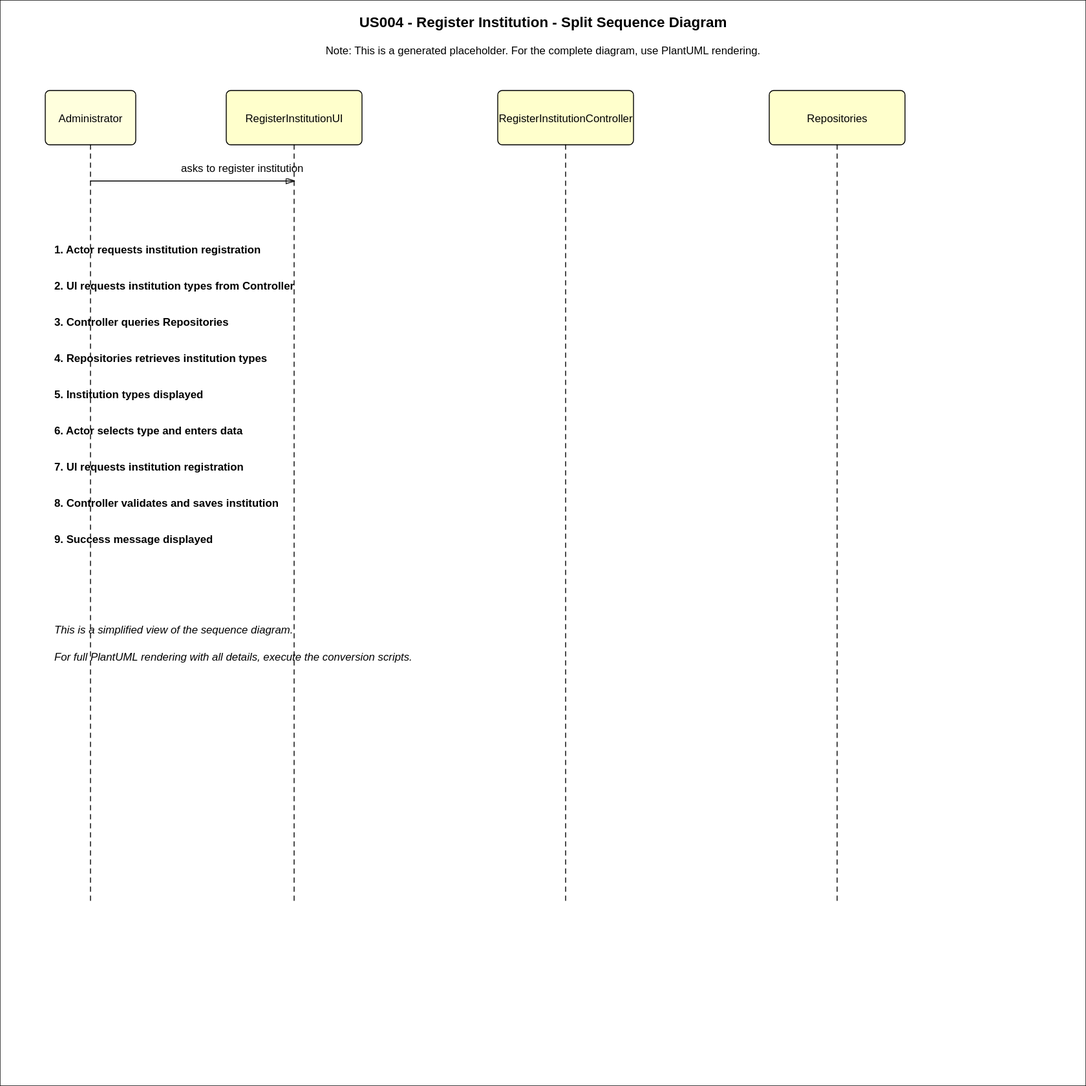
This is docs/system-documentation/US04/03.design/svg/US004-SD-split.svg from Departamento-de-Engenharia-Informatica/sem2-pi-25-26-g096-repo, a PlantUML export, as it was before one commit. Its source is kept beside it as docs/system-documentation/US04/03.design/puml/US004-SD-split.puml. Source of this version:
```plantuml
@startuml
skinparam packageStyle rectangle
skinparam shadowing false

autonumber

actor "Administrator" as ADMIN
participant ":RegisterInstitutionUI" as UI
participant ":RegisterInstitutionController" as CTRL

activate ADMIN

ADMIN -> UI : asks to register institution
activate UI

    UI -> CTRL** : create()

    UI -> CTRL : getInstitutionTypes()
    activate CTRL
        CTRL --> UI : institutionTypeList
    deactivate CTRL

    UI --> ADMIN : displays Institution types

    ADMIN -> UI : selects type and enters name, tax id
    activate UI

        UI -> CTRL : registerInstitution(name, taxId, type)
        activate CTRL
            CTRL --> UI : success/failure
        deactivate CTRL

    UI --> ADMIN : displays success message

deactivate UI
deactivate ADMIN

ref over CTRL : Get Institution Types
    participant ":RegisterInstitutionController" as CTRL
    participant "Repositories" as REPOS
    participant "repositories\n:Repositories" as REPOS_SINGLETON
    participant "institutionTypeRepository\n:InstitutionTypeRepository" as TYPE_REPO

    activate CTRL
        CTRL -> REPOS : getInstance()
        activate REPOS
            REPOS --> CTRL : repositories
        deactivate REPOS

        CTRL -> REPOS_SINGLETON : getInstitutionTypeRepository()
        activate REPOS_SINGLETON
            REPOS_SINGLETON --> CTRL : institutionTypeRepository
        deactivate REPOS_SINGLETON

        CTRL -> TYPE_REPO : getInstitutionTypes()
        activate TYPE_REPO
            TYPE_REPO --> CTRL : institutionTypeList
        deactivate TYPE_REPO

        CTRL --> CTRL : return institutionTypeList
    deactivate CTRL
end ref

ref over CTRL : Register Institution
    participant ":RegisterInstitutionController" as CTRL
    participant "Repositories" as REPOS
    participant "repositories\n:Repositories" as REPOS_SINGLETON
    participant "institutionRepository\n:InstitutionRepository" as INST_REPO

    activate CTRL
        CTRL -> REPOS : getInstance()
        activate REPOS
            REPOS --> CTRL : repositories
        deactivate REPOS

        CTRL -> REPOS_SINGLETON : getInstitutionRepository()
        activate REPOS_SINGLETON
            REPOS_SINGLETON --> CTRL : institutionRepository
        deactivate REPOS_SINGLETON

        CTRL -> INST_REPO : save(name, taxId, type)
        activate INST_REPO
            INST_REPO --> CTRL : success/failure
        deactivate INST_REPO

        CTRL --> CTRL : return success/failure
    deactivate CTRL
end ref

@enduml
```
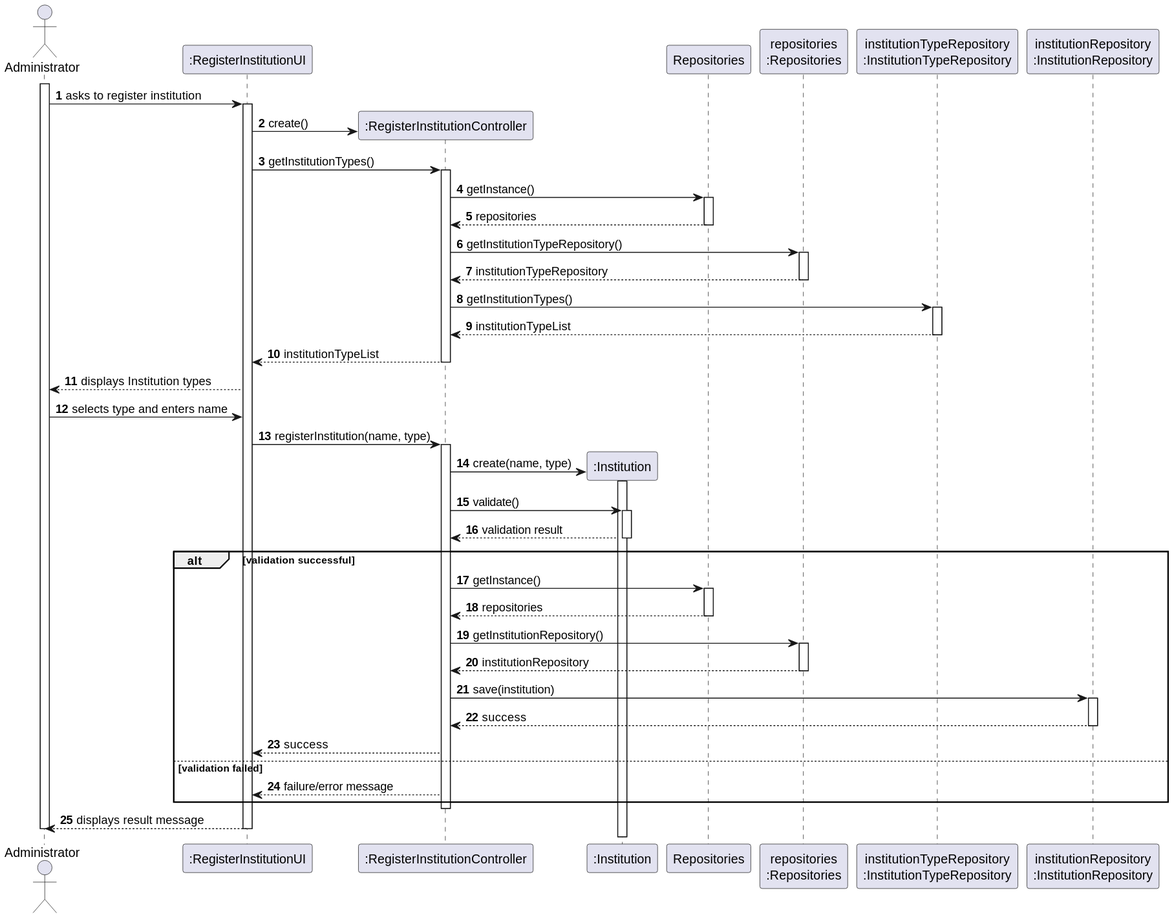
After the change.

What changed in the source:
```diff
@@ -7,6 +7,11 @@
 actor "Administrator" as ADMIN
 participant ":RegisterInstitutionUI" as UI
 participant ":RegisterInstitutionController" as CTRL
+participant ":Institution" as INST
+participant "Repositories" as REPOS
+participant "repositories\n:Repositories" as REPOS_SINGLETON
+participant "institutionTypeRepository\n:InstitutionTypeRepository" as TYPE_REPO
+participant "institutionRepository\n:InstitutionRepository" as INST_REPO
 
 activate ADMIN
 
@@ -17,31 +22,7 @@
 
     UI -> CTRL : getInstitutionTypes()
     activate CTRL
-        CTRL --> UI : institutionTypeList
-    deactivate CTRL
 
-    UI --> ADMIN : displays Institution types
-
-    ADMIN -> UI : selects type and enters name, tax id
-    activate UI
-
-        UI -> CTRL : registerInstitution(name, taxId, type)
-        activate CTRL
-            CTRL --> UI : success/failure
-        deactivate CTRL
-
-    UI --> ADMIN : displays success message
-
-deactivate UI
-deactivate ADMIN
-
-ref over CTRL : Get Institution Types
-    participant ":RegisterInstitutionController" as CTRL
-    participant "Repositories" as REPOS
-    participant "repositories\n:Repositories" as REPOS_SINGLETON
-    participant "institutionTypeRepository\n:InstitutionTypeRepository" as TYPE_REPO
-
-    activate CTRL
         CTRL -> REPOS : getInstance()
         activate REPOS
             REPOS --> CTRL : repositories
@@ -57,34 +38,51 @@
             TYPE_REPO --> CTRL : institutionTypeList
         deactivate TYPE_REPO
 
-        CTRL --> CTRL : return institutionTypeList
+        CTRL --> UI : institutionTypeList
     deactivate CTRL
-end ref
 
-ref over CTRL : Register Institution
-    participant ":RegisterInstitutionController" as CTRL
-    participant "Repositories" as REPOS
-    participant "repositories\n:Repositories" as REPOS_SINGLETON
-    participant "institutionRepository\n:InstitutionRepository" as INST_REPO
+    UI --> ADMIN : displays Institution types
 
-    activate CTRL
-        CTRL -> REPOS : getInstance()
-        activate REPOS
-            REPOS --> CTRL : repositories
-        deactivate REPOS
+    ADMIN -> UI : selects type and enters name
 
-        CTRL -> REPOS_SINGLETON : getInstitutionRepository()
-        activate REPOS_SINGLETON
-            REPOS_SINGLETON --> CTRL : institutionRepository
-        deactivate REPOS_SINGLETON
+        UI -> CTRL : registerInstitution(name, type)
+        activate CTRL
 
-        CTRL -> INST_REPO : save(name, taxId, type)
-        activate INST_REPO
-            INST_REPO --> CTRL : success/failure
-        deactivate INST_REPO
+            CTRL -> INST** : create(name, type)
+            activate INST
+            deactivate INST
 
-        CTRL --> CTRL : return success/failure
-    deactivate CTRL
-end ref
+            CTRL -> INST : validate()
+            activate INST
+                INST --> CTRL : validation result
+            deactivate INST
+
+            alt validation successful
+                CTRL -> REPOS : getInstance()
+                activate REPOS
+                    REPOS --> CTRL : repositories
+                deactivate REPOS
+
+                CTRL -> REPOS_SINGLETON : getInstitutionRepository()
+                activate REPOS_SINGLETON
+                    REPOS_SINGLETON --> CTRL : institutionRepository
+                deactivate REPOS_SINGLETON
+
+                CTRL -> INST_REPO : save(institution)
+                activate INST_REPO
+                    INST_REPO --> CTRL : success
+                deactivate INST_REPO
+
+                CTRL --> UI : success
+            else validation failed
+                CTRL --> UI : failure/error message
+            end
+
+        deactivate CTRL
+
+    UI --> ADMIN : displays result message
+
+deactivate UI
+deactivate ADMIN
 
 @enduml
```
